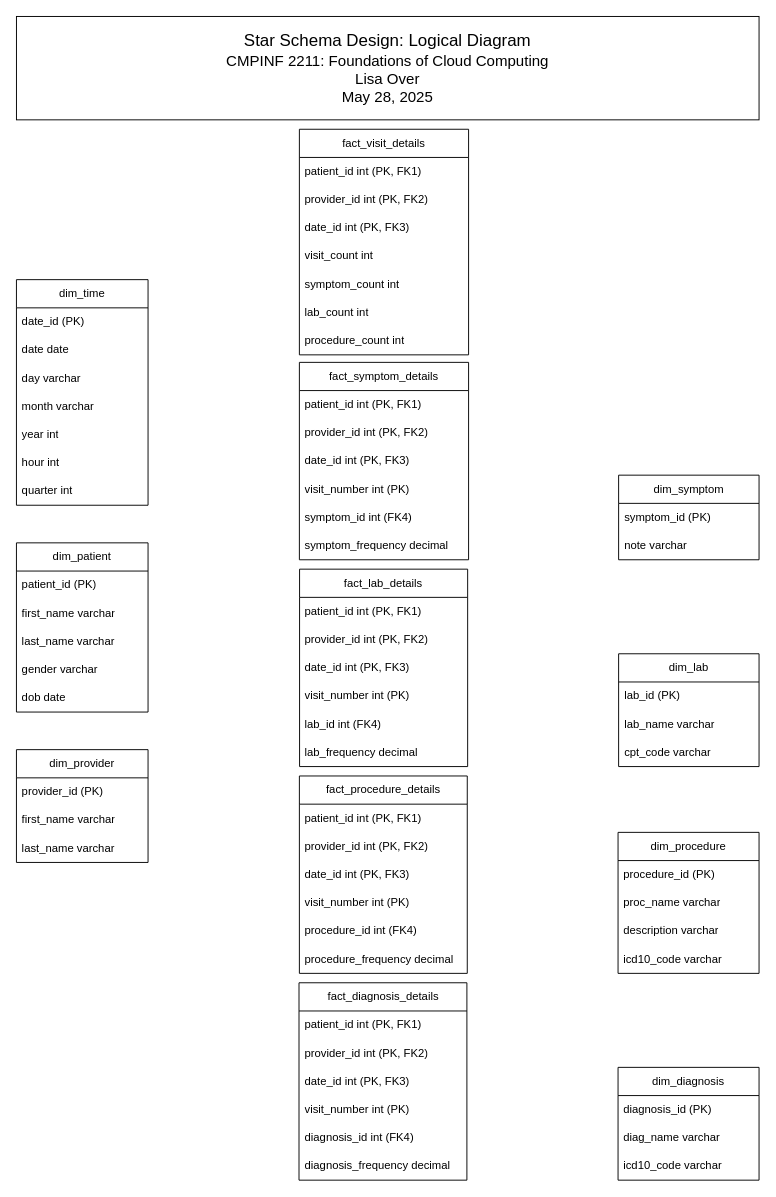
The draw.io diagram EMR_Star_Schema/emr_star_schema_logic_diagram.drawio in sandbox-lisa/drawio, before the edit. Source tidied: cells renumbered, new cells numbered last; positions are measured from the earlier drawing's top-left corner, leaving out a move shared by most shapes. Both pictures are drawn from the tidied source at 94%, with x=0, y=0 at pixel (16, 16).
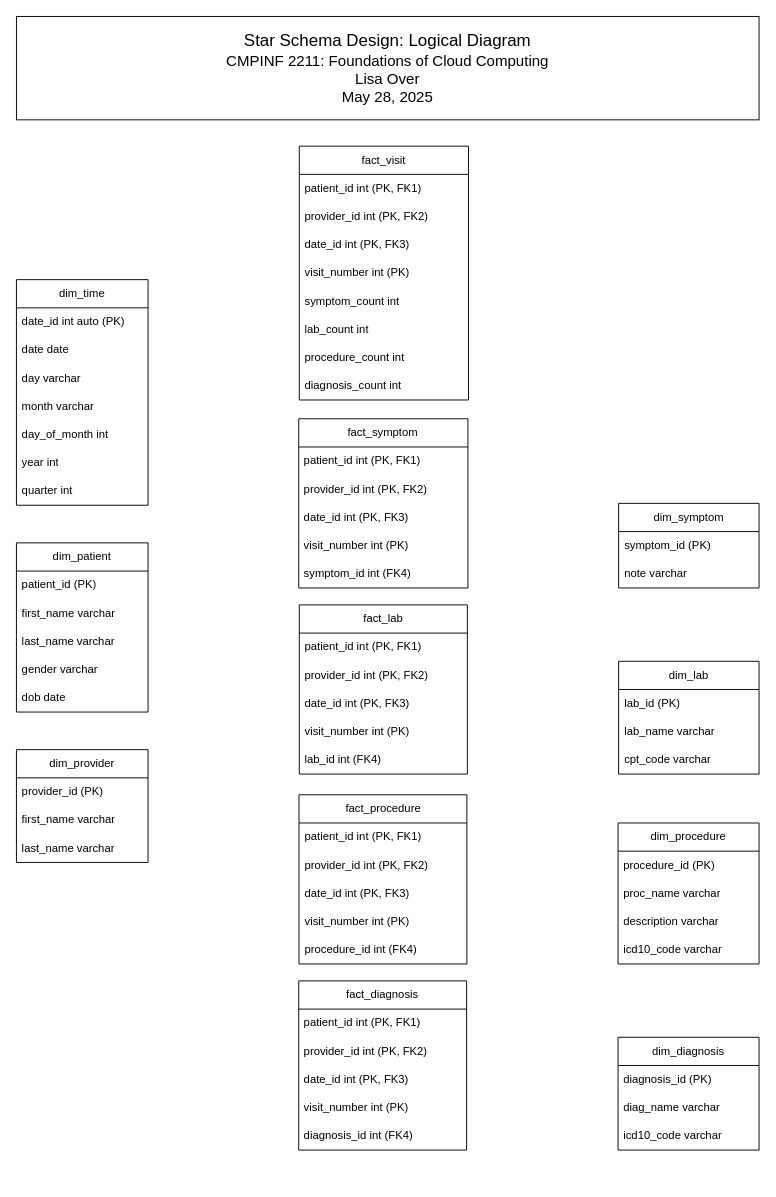
The same page after the edit.

Unchanged cells that the change refers to:
```xml
<mxCell id="10" value="dim_time" style="swimlane;fontStyle=0;horizontal=1;startSize=30;whiteSpace=wrap;html=1;" parent="1" vertex="1">
  <mxGeometry y="280" width="140" height="240" as="geometry" />
</mxCell>
```

What changed in the source:
```diff
@@
-    <mxCell id="2" value="fact_visit_details" style="swimlane;fontStyle=0;horizontal=1;startSize=30;whiteSpace=wrap;html=1;" parent="1" vertex="1">
-      <mxGeometry x="301" y="120" width="180" height="240" as="geometry" />
+    <mxCell id="2" value="fact_visit" style="swimlane;fontStyle=0;horizontal=1;startSize=30;whiteSpace=wrap;html=1;" parent="1" vertex="1">
+      <mxGeometry x="300.9" y="138" width="180" height="270" as="geometry" />
     </mxCell>
@@
-    <mxCell id="6" value="visit_count int" style="text;strokeColor=none;fillColor=none;align=left;verticalAlign=middle;spacingLeft=4;spacingRight=4;overflow=hidden;whiteSpace=wrap;html=1;" parent="2" vertex="1">
+    <mxCell id="6" value="visit_number int (PK)" style="text;strokeColor=none;fillColor=none;align=left;verticalAlign=middle;spacingLeft=4;spacingRight=4;overflow=hidden;whiteSpace=wrap;html=1;" parent="2" vertex="1">
       <mxGeometry y="120" width="180" height="30" as="geometry" />
     </mxCell>
@@
+    <mxCell id="73" value="diagnosis_count int" style="text;strokeColor=none;fillColor=none;align=left;verticalAlign=middle;spacingLeft=4;spacingRight=4;overflow=hidden;whiteSpace=wrap;html=1;" parent="2" vertex="1">
+      <mxGeometry y="240" width="180" height="30" as="geometry" />
+    </mxCell>
@@
-    <mxCell id="11" value="date_id (PK)" style="text;strokeColor=none;fillColor=none;align=left;verticalAlign=middle;spacingLeft=4;spacingRight=4;overflow=hidden;whiteSpace=wrap;html=1;" parent="10" vertex="1">
+    <mxCell id="11" value="date_id int auto (PK)" style="text;strokeColor=none;fillColor=none;align=left;verticalAlign=middle;spacingLeft=4;spacingRight=4;overflow=hidden;whiteSpace=wrap;html=1;" parent="10" vertex="1">
       <mxGeometry y="30" width="140" height="30" as="geometry" />
     </mxCell>
@@
+    <mxCell id="16" value="day_of_month int" style="text;strokeColor=none;fillColor=none;align=left;verticalAlign=middle;spacingLeft=4;spacingRight=4;overflow=hidden;whiteSpace=wrap;html=1;" parent="10" vertex="1">
+      <mxGeometry y="150" width="140" height="30" as="geometry" />
+    </mxCell>
     <mxCell id="15" value="year int" style="text;strokeColor=none;fillColor=none;align=left;verticalAlign=middle;spacingLeft=4;spacingRight=4;overflow=hidden;whiteSpace=wrap;html=1;" parent="10" vertex="1">
-      <mxGeometry y="150" width="140" height="30" as="geometry" />
+      <mxGeometry y="180" width="140" height="30" as="geometry" />
     </mxCell>
-    <mxCell id="16" value="hour int" style="text;strokeColor=none;fillColor=none;align=left;verticalAlign=middle;spacingLeft=4;spacingRight=4;overflow=hidden;whiteSpace=wrap;html=1;" parent="10" vertex="1">
-      <mxGeometry y="180" width="140" height="30" as="geometry" />
-    </mxCell>
@@
     <mxCell id="28" value="dim_diagnosis" style="swimlane;fontStyle=0;horizontal=1;startSize=30;whiteSpace=wrap;html=1;" parent="1" vertex="1">
-      <mxGeometry x="640" y="1118" width="150" height="120" as="geometry" />
+      <mxGeometry x="640" y="1086" width="150" height="120" as="geometry" />
     </mxCell>
@@
     <mxCell id="32" value="dim_symptom" style="swimlane;fontStyle=0;horizontal=1;startSize=30;whiteSpace=wrap;html=1;" parent="1" vertex="1">
-      <mxGeometry x="640.6" y="488" width="149.4" height="90" as="geometry" />
+      <mxGeometry x="640.6" y="518" width="149.4" height="90" as="geometry" />
     </mxCell>
@@
-    <mxCell id="36" value="fact_symptom_details" style="swimlane;fontStyle=0;horizontal=1;startSize=30;whiteSpace=wrap;html=1;" parent="1" vertex="1">
-      <mxGeometry x="301" y="368" width="180" height="210" as="geometry" />
+    <mxCell id="36" value="fact_symptom" style="swimlane;fontStyle=0;horizontal=1;startSize=30;whiteSpace=wrap;html=1;" parent="1" vertex="1">
+      <mxGeometry x="300.3" y="428" width="180" height="180" as="geometry" />
     </mxCell>
@@
-    <mxCell id="42" value="symptom_frequency decimal" style="text;strokeColor=none;fillColor=none;align=left;verticalAlign=middle;spacingLeft=4;spacingRight=4;overflow=hidden;whiteSpace=wrap;html=1;" parent="36" vertex="1">
-      <mxGeometry y="180" width="180" height="30" as="geometry" />
-    </mxCell>
-    <mxCell id="43" value="fact_procedure_details" style="swimlane;fontStyle=0;horizontal=1;startSize=30;whiteSpace=wrap;html=1;" parent="1" vertex="1">
-      <mxGeometry x="301" y="808" width="178.6" height="210" as="geometry" />
+    <mxCell id="43" value="fact_procedure" style="swimlane;fontStyle=0;horizontal=1;startSize=30;whiteSpace=wrap;html=1;" parent="1" vertex="1">
+      <mxGeometry x="300.6" y="828" width="178.6" height="180" as="geometry" />
     </mxCell>
@@
-    <mxCell id="49" value="procedure_frequency decimal" style="text;strokeColor=none;fillColor=none;align=left;verticalAlign=middle;spacingLeft=4;spacingRight=4;overflow=hidden;whiteSpace=wrap;html=1;" parent="43" vertex="1">
-      <mxGeometry y="180" width="178.6" height="30" as="geometry" />
-    </mxCell>
-    <mxCell id="50" value="fact_lab_details" style="swimlane;fontStyle=0;horizontal=1;startSize=30;whiteSpace=wrap;html=1;" parent="1" vertex="1">
-      <mxGeometry x="301.2" y="588" width="178.8" height="210" as="geometry" />
+    <mxCell id="50" value="fact_lab" style="swimlane;fontStyle=0;horizontal=1;startSize=30;whiteSpace=wrap;html=1;" parent="1" vertex="1">
+      <mxGeometry x="300.9" y="626" width="178.8" height="180" as="geometry" />
     </mxCell>
@@
-    <mxCell id="54" value="visit_number&amp;nbsp;int (PK)" style="text;strokeColor=none;fillColor=none;align=left;verticalAlign=middle;spacingLeft=4;spacingRight=4;overflow=hidden;whiteSpace=wrap;html=1;" parent="50" vertex="1">
+    <mxCell id="54" value="visit_number int (PK)" style="text;strokeColor=none;fillColor=none;align=left;verticalAlign=middle;spacingLeft=4;spacingRight=4;overflow=hidden;whiteSpace=wrap;html=1;" parent="50" vertex="1">
       <mxGeometry y="120" width="178.8" height="30" as="geometry" />
     </mxCell>
@@
-    <mxCell id="56" value="lab_frequency decimal" style="text;strokeColor=none;fillColor=none;align=left;verticalAlign=middle;spacingLeft=4;spacingRight=4;overflow=hidden;whiteSpace=wrap;html=1;" parent="50" vertex="1">
-      <mxGeometry y="180" width="178.8" height="30" as="geometry" />
-    </mxCell>
-    <mxCell id="57" value="fact_diagnosis_details" style="swimlane;fontStyle=0;horizontal=1;startSize=30;whiteSpace=wrap;html=1;" parent="1" vertex="1">
-      <mxGeometry x="300.6" y="1028" width="178.6" height="210" as="geometry" />
+    <mxCell id="57" value="fact_diagnosis" style="swimlane;fontStyle=0;horizontal=1;startSize=30;whiteSpace=wrap;html=1;" parent="1" vertex="1">
+      <mxGeometry x="300.3" y="1026" width="178.6" height="180" as="geometry" />
     </mxCell>
@@
-    <mxCell id="61" value="visit_number&amp;nbsp;int (PK)" style="text;strokeColor=none;fillColor=none;align=left;verticalAlign=middle;spacingLeft=4;spacingRight=4;overflow=hidden;whiteSpace=wrap;html=1;" parent="57" vertex="1">
+    <mxCell id="61" value="visit_number int (PK)" style="text;strokeColor=none;fillColor=none;align=left;verticalAlign=middle;spacingLeft=4;spacingRight=4;overflow=hidden;whiteSpace=wrap;html=1;" parent="57" vertex="1">
       <mxGeometry y="120" width="178.6" height="30" as="geometry" />
     </mxCell>
@@
-    <mxCell id="63" value="diagnosis_frequency decimal" style="text;strokeColor=none;fillColor=none;align=left;verticalAlign=middle;spacingLeft=4;spacingRight=4;overflow=hidden;whiteSpace=wrap;html=1;" parent="57" vertex="1">
-      <mxGeometry y="180" width="178.6" height="30" as="geometry" />
-    </mxCell>
     <mxCell id="64" value="dim_lab" style="swimlane;fontStyle=0;horizontal=1;startSize=30;whiteSpace=wrap;html=1;" parent="1" vertex="1">
-      <mxGeometry x="640.6" y="678" width="149.4" height="120" as="geometry" />
+      <mxGeometry x="640.6" y="686" width="149.4" height="120" as="geometry" />
     </mxCell>
@@
     <mxCell id="68" value="dim_procedure" style="swimlane;fontStyle=0;horizontal=1;startSize=30;whiteSpace=wrap;html=1;" parent="1" vertex="1">
-      <mxGeometry x="640" y="868" width="150" height="150" as="geometry" />
+      <mxGeometry x="640" y="858" width="150" height="150" as="geometry" />
     </mxCell>
```
